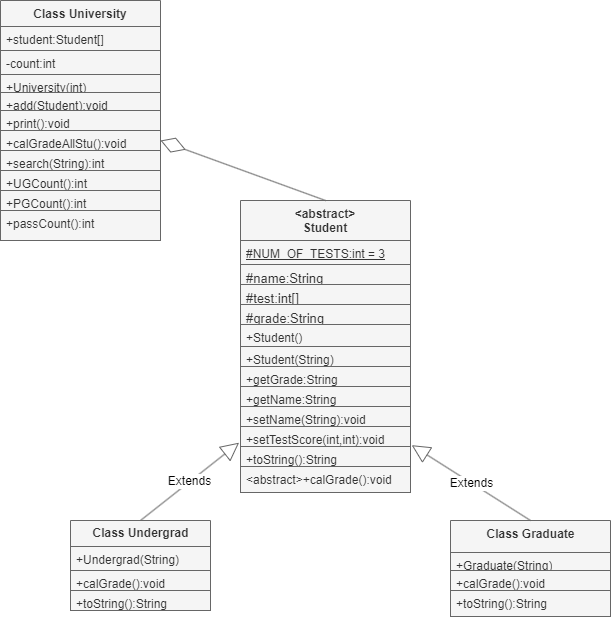
Earlier version of the draw.io export src/Lab10UML.drawio.png (BeelzebubCode/CodeClassRoom). Source tidied: cells renumbered, new cells last; positions are measured from the earlier drawing's top-left corner, leaving out a move shared by most shapes.
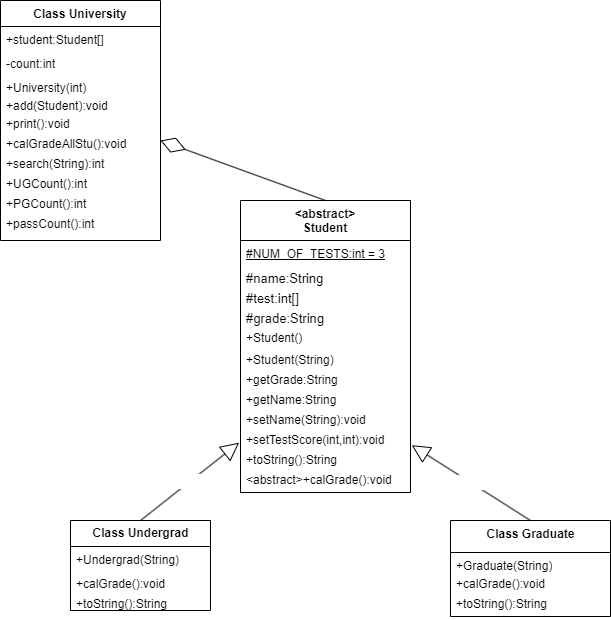
Later version of the same file.

The edit, as a diff of the source:
```diff
@@ -2,109 +2,109 @@
   <root>
     <mxCell id="0" />
     <mxCell id="1" parent="0" />
-    <mxCell id="2" value="&lt;abstract&gt;&#10;Student&#10;" style="swimlane;fontStyle=1;align=center;verticalAlign=top;horizontal=1;startSize=40;fillColor=#f5f5f5;fontColor=#333333;strokeColor=#666666;" parent="1" vertex="1">
+    <mxCell id="2" value="&lt;abstract&gt;&#10;Student&#10;" style="swimlane;fontStyle=1;align=center;verticalAlign=top;horizontal=1;startSize=40;" parent="1" vertex="1">
       <mxGeometry x="240" y="200" width="170" height="292" as="geometry" />
     </mxCell>
-    <mxCell id="3" value="#NUM_OF_TESTS:int = 3" style="text;align=left;verticalAlign=top;spacingLeft=4;spacingRight=4;overflow=hidden;fontStyle=4;html=1;fontSize=12;fillColor=#f5f5f5;fontColor=#333333;strokeColor=#666666;" parent="2" vertex="1">
+    <mxCell id="3" value="#NUM_OF_TESTS:int = 3" style="text;align=left;verticalAlign=top;spacingLeft=4;spacingRight=4;overflow=hidden;fontStyle=4;html=1;fontSize=12;" parent="2" vertex="1">
       <mxGeometry y="40" width="170" height="24" as="geometry" />
     </mxCell>
-    <mxCell id="4" value="#name:String" style="text;align=left;verticalAlign=top;spacingLeft=4;spacingRight=4;overflow=hidden;fontStyle=0;fontSize=13;fillColor=#f5f5f5;fontColor=#333333;strokeColor=#666666;" parent="2" vertex="1">
+    <mxCell id="4" value="#name:String" style="text;align=left;verticalAlign=top;spacingLeft=4;spacingRight=4;overflow=hidden;fontStyle=0;fontSize=13;" parent="2" vertex="1">
       <mxGeometry y="64" width="170" height="20" as="geometry" />
     </mxCell>
-    <mxCell id="5" value="#test:int[]" style="text;align=left;verticalAlign=top;spacingLeft=4;spacingRight=4;overflow=hidden;fontStyle=0;fontSize=13;fillColor=#f5f5f5;fontColor=#333333;strokeColor=#666666;" parent="2" vertex="1">
+    <mxCell id="5" value="#test:int[]" style="text;align=left;verticalAlign=top;spacingLeft=4;spacingRight=4;overflow=hidden;fontStyle=0;fontSize=13;" parent="2" vertex="1">
       <mxGeometry y="84" width="170" height="20" as="geometry" />
     </mxCell>
-    <mxCell id="6" value="#grade:String" style="text;align=left;verticalAlign=top;spacingLeft=4;spacingRight=4;overflow=hidden;fontStyle=0;fontSize=13;fillColor=#f5f5f5;fontColor=#333333;strokeColor=#666666;" parent="2" vertex="1">
+    <mxCell id="6" value="#grade:String" style="text;align=left;verticalAlign=top;spacingLeft=4;spacingRight=4;overflow=hidden;fontStyle=0;fontSize=13;" parent="2" vertex="1">
       <mxGeometry y="104" width="170" height="20" as="geometry" />
     </mxCell>
-    <mxCell id="7" value="+Student()" style="text;align=left;verticalAlign=top;spacingLeft=4;spacingRight=4;overflow=hidden;fillColor=#f5f5f5;fontColor=#333333;strokeColor=#666666;" parent="2" vertex="1">
+    <mxCell id="7" value="+Student()" style="text;align=left;verticalAlign=top;spacingLeft=4;spacingRight=4;overflow=hidden;" parent="2" vertex="1">
       <mxGeometry y="124" width="170" height="22" as="geometry" />
     </mxCell>
-    <mxCell id="8" value="+Student(String)" style="text;align=left;verticalAlign=top;spacingLeft=4;spacingRight=4;overflow=hidden;fillColor=#f5f5f5;fontColor=#333333;strokeColor=#666666;" parent="2" vertex="1">
+    <mxCell id="8" value="+Student(String)" style="text;align=left;verticalAlign=top;spacingLeft=4;spacingRight=4;overflow=hidden;" parent="2" vertex="1">
       <mxGeometry y="146" width="170" height="20" as="geometry" />
     </mxCell>
-    <mxCell id="9" value="+getGrade:String" style="text;align=left;verticalAlign=top;spacingLeft=4;spacingRight=4;overflow=hidden;fillColor=#f5f5f5;fontColor=#333333;strokeColor=#666666;" parent="2" vertex="1">
+    <mxCell id="9" value="+getGrade:String" style="text;align=left;verticalAlign=top;spacingLeft=4;spacingRight=4;overflow=hidden;" parent="2" vertex="1">
       <mxGeometry y="166" width="170" height="20" as="geometry" />
     </mxCell>
-    <mxCell id="10" value="+getName:String" style="text;align=left;verticalAlign=top;spacingLeft=4;spacingRight=4;overflow=hidden;fillColor=#f5f5f5;fontColor=#333333;strokeColor=#666666;" parent="2" vertex="1">
+    <mxCell id="10" value="+getName:String" style="text;align=left;verticalAlign=top;spacingLeft=4;spacingRight=4;overflow=hidden;" parent="2" vertex="1">
       <mxGeometry y="186" width="170" height="20" as="geometry" />
     </mxCell>
-    <mxCell id="11" value="+setName(String):void" style="text;align=left;verticalAlign=top;spacingLeft=4;spacingRight=4;overflow=hidden;fillColor=#f5f5f5;fontColor=#333333;strokeColor=#666666;" parent="2" vertex="1">
+    <mxCell id="11" value="+setName(String):void" style="text;align=left;verticalAlign=top;spacingLeft=4;spacingRight=4;overflow=hidden;" parent="2" vertex="1">
       <mxGeometry y="206" width="170" height="20" as="geometry" />
     </mxCell>
-    <mxCell id="12" value="+setTestScore(int,int):void" style="text;align=left;verticalAlign=top;spacingLeft=4;spacingRight=4;overflow=hidden;points=[[0,0.5],[1,0.5]];portConstraint=eastwest;fillColor=#f5f5f5;fontColor=#333333;strokeColor=#666666;" parent="2" vertex="1">
+    <mxCell id="12" value="+setTestScore(int,int):void" style="text;align=left;verticalAlign=top;spacingLeft=4;spacingRight=4;overflow=hidden;points=[[0,0.5],[1,0.5]];portConstraint=eastwest;" parent="2" vertex="1">
       <mxGeometry y="226" width="170" height="20" as="geometry" />
     </mxCell>
-    <mxCell id="13" value="+toString():String" style="text;align=left;verticalAlign=top;spacingLeft=4;spacingRight=4;overflow=hidden;fillColor=#f5f5f5;fontColor=#333333;strokeColor=#666666;" parent="2" vertex="1">
+    <mxCell id="13" value="+toString():String" style="text;align=left;verticalAlign=top;spacingLeft=4;spacingRight=4;overflow=hidden;" parent="2" vertex="1">
       <mxGeometry y="246" width="170" height="20" as="geometry" />
     </mxCell>
-    <mxCell id="14" value="&lt;abstract&gt;+calGrade():void" style="text;align=left;verticalAlign=top;spacingLeft=4;spacingRight=4;overflow=hidden;fillColor=#f5f5f5;fontColor=#333333;strokeColor=#666666;" parent="2" vertex="1">
+    <mxCell id="14" value="&lt;abstract&gt;+calGrade():void" style="text;align=left;verticalAlign=top;spacingLeft=4;spacingRight=4;overflow=hidden;" parent="2" vertex="1">
       <mxGeometry y="266" width="170" height="26" as="geometry" />
     </mxCell>
-    <mxCell id="15" value="Extends" style="endArrow=block;endSize=16;endFill=0;html=1;fontSize=12;entryX=-0.008;entryY=0.808;entryDx=0;entryDy=0;entryPerimeter=0;exitX=0.5;exitY=0;exitDx=0;exitDy=0;fontColor=#000000;fillColor=#f5f5f5;strokeColor=#666666;" parent="1" edge="1" source="16" target="12">
+    <mxCell id="15" value="Extends" style="endArrow=block;endSize=16;endFill=0;html=1;fontSize=12;entryX=-0.008;entryY=0.808;entryDx=0;entryDy=0;entryPerimeter=0;exitX=0.5;exitY=0;exitDx=0;exitDy=0;fontColor=#FFFFFF;" parent="1" edge="1" source="16" target="12">
       <mxGeometry relative="1" as="geometry" />
     </mxCell>
-    <mxCell id="16" value="&lt;h4&gt;Class Undergrad&lt;/h4&gt;" style="swimlane;fontStyle=0;horizontal=1;startSize=26;fontSize=12;html=1;fillColor=#f5f5f5;fontColor=#333333;strokeColor=#666666;" parent="1" vertex="1">
+    <mxCell id="16" value="&lt;h4&gt;Class Undergrad&lt;/h4&gt;" style="swimlane;fontStyle=0;horizontal=1;startSize=26;fontSize=12;html=1;" parent="1" vertex="1">
       <mxGeometry x="70" y="520" width="140" height="90" as="geometry" />
     </mxCell>
-    <mxCell id="17" value="+Undergrad(String)" style="text;align=left;verticalAlign=top;spacingLeft=4;spacingRight=4;overflow=hidden;fontSize=12;html=1;fillColor=#f5f5f5;fontColor=#333333;strokeColor=#666666;" parent="16" vertex="1">
+    <mxCell id="17" value="+Undergrad(String)" style="text;align=left;verticalAlign=top;spacingLeft=4;spacingRight=4;overflow=hidden;fontSize=12;html=1;" parent="16" vertex="1">
       <mxGeometry y="26" width="140" height="24" as="geometry" />
     </mxCell>
-    <mxCell id="18" value="+calGrade():void" style="text;align=left;verticalAlign=top;spacingLeft=4;spacingRight=4;overflow=hidden;fontSize=12;html=1;fillColor=#f5f5f5;fontColor=#333333;strokeColor=#666666;" parent="16" vertex="1">
+    <mxCell id="18" value="+calGrade():void" style="text;align=left;verticalAlign=top;spacingLeft=4;spacingRight=4;overflow=hidden;fontSize=12;html=1;" parent="16" vertex="1">
       <mxGeometry y="50" width="140" height="20" as="geometry" />
     </mxCell>
-    <mxCell id="19" value="+toString():String" style="text;align=left;verticalAlign=top;spacingLeft=4;spacingRight=4;overflow=hidden;fontSize=12;html=1;fillColor=#f5f5f5;fontColor=#333333;strokeColor=#666666;" parent="16" vertex="1">
+    <mxCell id="19" value="+toString():String" style="text;align=left;verticalAlign=top;spacingLeft=4;spacingRight=4;overflow=hidden;fontSize=12;html=1;" parent="16" vertex="1">
       <mxGeometry y="70" width="140" height="20" as="geometry" />
     </mxCell>
-    <mxCell id="20" value="Class Graduate" style="swimlane;fontStyle=1;align=center;verticalAlign=top;horizontal=1;startSize=32;fontSize=12;html=1;fillColor=#f5f5f5;fontColor=#333333;strokeColor=#666666;" parent="1" vertex="1">
+    <mxCell id="20" value="Class Graduate" style="swimlane;fontStyle=1;align=center;verticalAlign=top;horizontal=1;startSize=32;fontSize=12;html=1;" parent="1" vertex="1">
       <mxGeometry x="450" y="520" width="160" height="96" as="geometry" />
     </mxCell>
-    <mxCell id="21" value="+Graduate(String)" style="text;align=left;verticalAlign=top;spacingLeft=4;spacingRight=4;overflow=hidden;fontSize=12;html=1;fillColor=#f5f5f5;fontColor=#333333;strokeColor=#666666;" parent="20" vertex="1">
+    <mxCell id="21" value="+Graduate(String)" style="text;align=left;verticalAlign=top;spacingLeft=4;spacingRight=4;overflow=hidden;fontSize=12;html=1;" parent="20" vertex="1">
       <mxGeometry y="32" width="160" height="18" as="geometry" />
     </mxCell>
-    <mxCell id="22" value="+calGrade():void" style="text;align=left;verticalAlign=top;spacingLeft=4;spacingRight=4;overflow=hidden;fontSize=12;html=1;fillColor=#f5f5f5;fontColor=#333333;strokeColor=#666666;" parent="20" vertex="1">
+    <mxCell id="22" value="+calGrade():void" style="text;align=left;verticalAlign=top;spacingLeft=4;spacingRight=4;overflow=hidden;fontSize=12;html=1;" parent="20" vertex="1">
       <mxGeometry y="50" width="160" height="20" as="geometry" />
     </mxCell>
-    <mxCell id="23" value="+toString():String" style="text;align=left;verticalAlign=top;spacingLeft=4;spacingRight=4;overflow=hidden;fontSize=12;html=1;fillColor=#f5f5f5;fontColor=#333333;strokeColor=#666666;" parent="20" vertex="1">
+    <mxCell id="23" value="+toString():String" style="text;align=left;verticalAlign=top;spacingLeft=4;spacingRight=4;overflow=hidden;fontSize=12;html=1;" parent="20" vertex="1">
       <mxGeometry y="70" width="160" height="26" as="geometry" />
     </mxCell>
-    <mxCell id="24" value="Extends" style="endArrow=block;endSize=16;endFill=0;html=1;fontSize=12;exitX=0.5;exitY=0;exitDx=0;exitDy=0;entryX=1.007;entryY=0.933;entryDx=0;entryDy=0;entryPerimeter=0;fontColor=#000000;fillColor=#f5f5f5;strokeColor=#666666;" parent="1" edge="1" source="20" target="12">
+    <mxCell id="24" value="Extends" style="endArrow=block;endSize=16;endFill=0;html=1;fontSize=12;exitX=0.5;exitY=0;exitDx=0;exitDy=0;entryX=1.007;entryY=0.933;entryDx=0;entryDy=0;entryPerimeter=0;fontColor=#FFFFFF;" parent="1" edge="1" source="20" target="12">
       <mxGeometry relative="1" as="geometry" />
     </mxCell>
-    <mxCell id="25" value="Class University" style="swimlane;fontStyle=1;align=center;verticalAlign=top;horizontal=1;startSize=26;fillColor=#f5f5f5;fontColor=#333333;strokeColor=#666666;" parent="1" vertex="1">
+    <mxCell id="25" value="Class University" style="swimlane;fontStyle=1;align=center;verticalAlign=top;horizontal=1;startSize=26;" parent="1" vertex="1">
       <mxGeometry width="160" height="240" as="geometry" />
     </mxCell>
-    <mxCell id="26" value="+student:Student[]" style="text;align=left;verticalAlign=top;spacingLeft=4;spacingRight=4;overflow=hidden;fillColor=#f5f5f5;fontColor=#333333;strokeColor=#666666;" parent="25" vertex="1">
+    <mxCell id="26" value="+student:Student[]" style="text;align=left;verticalAlign=top;spacingLeft=4;spacingRight=4;overflow=hidden;" parent="25" vertex="1">
       <mxGeometry y="26" width="160" height="24" as="geometry" />
     </mxCell>
-    <mxCell id="27" value="-count:int" style="text;align=left;verticalAlign=top;spacingLeft=4;spacingRight=4;overflow=hidden;fillColor=#f5f5f5;fontColor=#333333;strokeColor=#666666;" parent="25" vertex="1">
+    <mxCell id="27" value="-count:int" style="text;align=left;verticalAlign=top;spacingLeft=4;spacingRight=4;overflow=hidden;" parent="25" vertex="1">
       <mxGeometry y="50" width="160" height="24" as="geometry" />
     </mxCell>
-    <mxCell id="28" value="+University(int)" style="text;align=left;verticalAlign=top;spacingLeft=4;spacingRight=4;overflow=hidden;fillColor=#f5f5f5;fontColor=#333333;strokeColor=#666666;" parent="25" vertex="1">
+    <mxCell id="28" value="+University(int)" style="text;align=left;verticalAlign=top;spacingLeft=4;spacingRight=4;overflow=hidden;" parent="25" vertex="1">
       <mxGeometry y="74" width="160" height="18" as="geometry" />
     </mxCell>
-    <mxCell id="29" value="+add(Student):void" style="text;align=left;verticalAlign=top;spacingLeft=4;spacingRight=4;overflow=hidden;fillColor=#f5f5f5;fontColor=#333333;strokeColor=#666666;" parent="25" vertex="1">
+    <mxCell id="29" value="+add(Student):void" style="text;align=left;verticalAlign=top;spacingLeft=4;spacingRight=4;overflow=hidden;" parent="25" vertex="1">
       <mxGeometry y="92" width="160" height="18" as="geometry" />
     </mxCell>
-    <mxCell id="30" value="+print():void" style="text;align=left;verticalAlign=top;spacingLeft=4;spacingRight=4;overflow=hidden;fillColor=#f5f5f5;fontColor=#333333;strokeColor=#666666;" parent="25" vertex="1">
+    <mxCell id="30" value="+print():void" style="text;align=left;verticalAlign=top;spacingLeft=4;spacingRight=4;overflow=hidden;" parent="25" vertex="1">
       <mxGeometry y="110" width="160" height="20" as="geometry" />
     </mxCell>
-    <mxCell id="31" value="+calGradeAllStu():void" style="text;align=left;verticalAlign=top;spacingLeft=4;spacingRight=4;overflow=hidden;points=[[0,0.5],[1,0.5]];portConstraint=eastwest;fillColor=#f5f5f5;fontColor=#333333;strokeColor=#666666;" parent="25" vertex="1">
+    <mxCell id="31" value="+calGradeAllStu():void" style="text;align=left;verticalAlign=top;spacingLeft=4;spacingRight=4;overflow=hidden;points=[[0,0.5],[1,0.5]];portConstraint=eastwest;" parent="25" vertex="1">
       <mxGeometry y="130" width="160" height="20" as="geometry" />
     </mxCell>
-    <mxCell id="32" value="+search(String):int" style="text;align=left;verticalAlign=top;spacingLeft=4;spacingRight=4;overflow=hidden;fillColor=#f5f5f5;fontColor=#333333;strokeColor=#666666;" parent="25" vertex="1">
+    <mxCell id="32" value="+search(String):int" style="text;align=left;verticalAlign=top;spacingLeft=4;spacingRight=4;overflow=hidden;" parent="25" vertex="1">
       <mxGeometry y="150" width="160" height="20" as="geometry" />
     </mxCell>
-    <mxCell id="33" value="+UGCount():int" style="text;align=left;verticalAlign=top;spacingLeft=4;spacingRight=4;overflow=hidden;fillColor=#f5f5f5;fontColor=#333333;strokeColor=#666666;" parent="25" vertex="1">
+    <mxCell id="33" value="+UGCount():int" style="text;align=left;verticalAlign=top;spacingLeft=4;spacingRight=4;overflow=hidden;" parent="25" vertex="1">
       <mxGeometry y="170" width="160" height="20" as="geometry" />
     </mxCell>
-    <mxCell id="34" value="+PGCount():int" style="text;align=left;verticalAlign=top;spacingLeft=4;spacingRight=4;overflow=hidden;fillColor=#f5f5f5;fontColor=#333333;strokeColor=#666666;" parent="25" vertex="1">
+    <mxCell id="34" value="+PGCount():int" style="text;align=left;verticalAlign=top;spacingLeft=4;spacingRight=4;overflow=hidden;" parent="25" vertex="1">
       <mxGeometry y="190" width="160" height="20" as="geometry" />
     </mxCell>
-    <mxCell id="35" value="+passCount():int" style="text;align=left;verticalAlign=top;spacingLeft=4;spacingRight=4;overflow=hidden;fillColor=#f5f5f5;fontColor=#333333;strokeColor=#666666;" parent="25" vertex="1">
+    <mxCell id="35" value="+passCount():int" style="text;align=left;verticalAlign=top;spacingLeft=4;spacingRight=4;overflow=hidden;" parent="25" vertex="1">
       <mxGeometry y="210" width="160" height="30" as="geometry" />
     </mxCell>
-    <mxCell id="36" style="endArrow=diamondThin;endFill=0;endSize=24;html=1;exitX=0.5;exitY=0;exitDx=0;exitDy=0;entryX=1;entryY=0.5;entryDx=0;entryDy=0;fontColor=#000000;fillColor=#f5f5f5;strokeColor=#666666;" parent="1" edge="1" source="2" target="31">
+    <mxCell id="36" style="endArrow=diamondThin;endFill=0;endSize=24;html=1;exitX=0.5;exitY=0;exitDx=0;exitDy=0;entryX=1;entryY=0.5;entryDx=0;entryDy=0;fontColor=#FFFFFF;" parent="1" edge="1" source="2" target="31">
       <mxGeometry relative="1" as="geometry" />
     </mxCell>
   </root>
```
